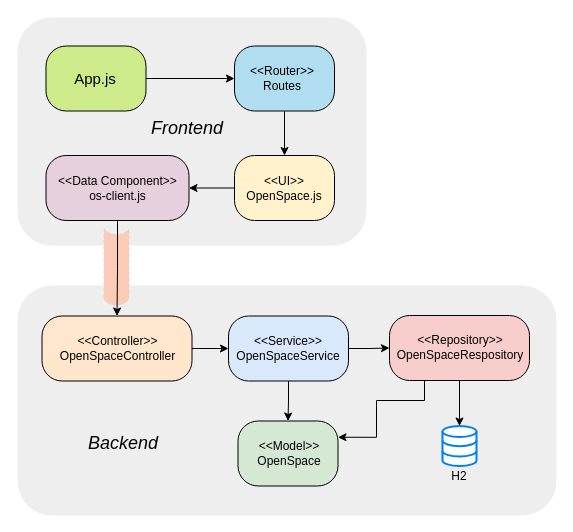
The draw.io diagram other/Arquitectura.drawio in AugustoConti/smart-open-space, before the edit. Source tidied: cells renumbered, new cells numbered last; positions are measured from the earlier drawing's top-left corner, leaving out a move shared by most shapes. Both pictures are drawn from the tidied source at 100%, with x=0, y=0 at pixel (17, 17).
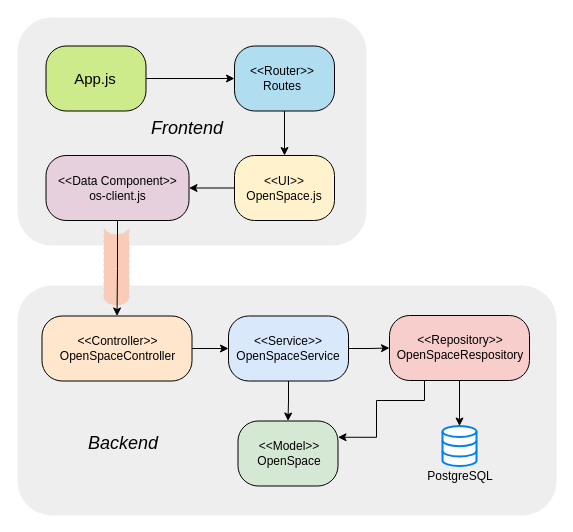
Above is the later version.

The change refers to these unchanged cells:
```xml
<mxCell id="5" style="group;" parent="1" vertex="1">
  <mxGeometry x="422" y="408.5" width="40" height="60" as="geometry" />
</mxCell>
```

Diff of the diagram source:
```diff
@@
-    <mxCell id="7" value="H2" style="text;html=1;strokeColor=none;fillColor=none;align=center;verticalAlign=middle;whiteSpace=wrap;rounded=0;" parent="5" vertex="1">
-      <mxGeometry y="40" width="40" height="20" as="geometry" />
+    <mxCell id="7" value="PostgreSQL" style="text;html=1;strokeColor=none;fillColor=none;align=center;verticalAlign=middle;whiteSpace=wrap;rounded=0;" parent="5" vertex="1">
+      <mxGeometry x="-14" y="40" width="70" height="20" as="geometry" />
     </mxCell>
```
